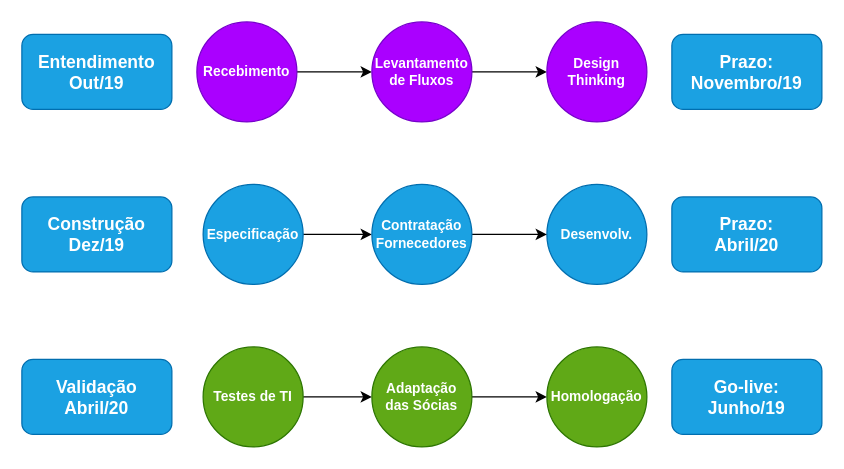
anlugifa/drawio keeps this draw.io diagram as Untitled Diagram.drawio. Above is the earlier version. Source tidied: cells renumbered, new cells numbered last; positions are measured from the earlier drawing's top-left corner, leaving out a move shared by most shapes. Both pictures are drawn from the tidied source at 125%, with x=0, y=0 at pixel (21, 21).
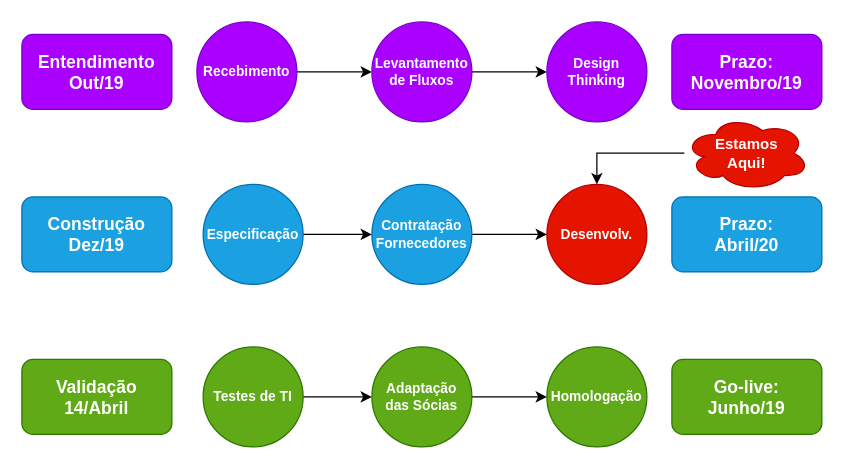
After the change.

The edit, as a diff of the source:
```diff
@@
-    <mxCell id="9" value="Desenvolv." style="ellipse;whiteSpace=wrap;html=1;fillColor=#1ba1e2;strokeColor=#006EAF;fontStyle=1;fontSize=11;fontColor=#ffffff;" parent="1" vertex="1">
+    <mxCell id="9" value="Desenvolv." style="ellipse;whiteSpace=wrap;html=1;fillColor=#e51400;strokeColor=#B20000;fontStyle=1;fontSize=11;fontColor=#ffffff;" parent="1" vertex="1">
       <mxGeometry x="420" y="130" width="80" height="80" as="geometry" />
     </mxCell>
@@
-    <mxCell id="17" value="Entendimento&lt;br style=&quot;font-size: 14px;&quot;&gt;Out/19" style="rounded=1;whiteSpace=wrap;html=1;fillColor=#1ba1e2;strokeColor=#006EAF;fontColor=#ffffff;fontStyle=1;fontSize=14;" parent="1" vertex="1">
+    <mxCell id="17" value="Entendimento&lt;br style=&quot;font-size: 14px;&quot;&gt;Out/19" style="rounded=1;whiteSpace=wrap;html=1;fillColor=#aa00ff;strokeColor=#7700CC;fontColor=#ffffff;fontStyle=1;fontSize=14;" parent="1" vertex="1">
       <mxGeometry y="10" width="120" height="60" as="geometry" />
     </mxCell>
@@
-    <mxCell id="19" value="Validação&lt;br style=&quot;font-size: 14px;&quot;&gt;Abril/20" style="rounded=1;whiteSpace=wrap;html=1;fillColor=#1ba1e2;strokeColor=#006EAF;fontColor=#ffffff;fontStyle=1;fontSize=14;" parent="1" vertex="1">
+    <mxCell id="19" value="Validação&lt;br style=&quot;font-size: 14px&quot;&gt;14/Abril" style="rounded=1;whiteSpace=wrap;html=1;fillColor=#60a917;strokeColor=#2D7600;fontColor=#ffffff;fontStyle=1;fontSize=14;" parent="1" vertex="1">
       <mxGeometry y="270" width="120" height="60" as="geometry" />
     </mxCell>
-    <mxCell id="20" value="Prazo:&lt;br style=&quot;font-size: 14px;&quot;&gt;Novembro/19" style="rounded=1;whiteSpace=wrap;html=1;fillColor=#1ba1e2;strokeColor=#006EAF;fontColor=#ffffff;fontStyle=1;fontSize=14;" parent="1" vertex="1">
+    <mxCell id="20" value="Prazo:&lt;br style=&quot;font-size: 14px;&quot;&gt;Novembro/19" style="rounded=1;whiteSpace=wrap;html=1;fillColor=#aa00ff;strokeColor=#7700CC;fontColor=#ffffff;fontStyle=1;fontSize=14;" parent="1" vertex="1">
       <mxGeometry x="520" y="10" width="120" height="60" as="geometry" />
     </mxCell>
@@
-    <mxCell id="22" value="Go-live:&lt;br style=&quot;font-size: 14px;&quot;&gt;Junho/19" style="rounded=1;whiteSpace=wrap;html=1;fillColor=#1ba1e2;strokeColor=#006EAF;fontColor=#ffffff;fontStyle=1;fontSize=14;" parent="1" vertex="1">
+    <mxCell id="22" value="Go-live:&lt;br style=&quot;font-size: 14px;&quot;&gt;Junho/19" style="rounded=1;whiteSpace=wrap;html=1;fillColor=#60a917;strokeColor=#2D7600;fontColor=#ffffff;fontStyle=1;fontSize=14;" parent="1" vertex="1">
       <mxGeometry x="520" y="270" width="120" height="60" as="geometry" />
     </mxCell>
+    <mxCell id="23" style="edgeStyle=orthogonalEdgeStyle;rounded=0;jettySize=auto;html=1;entryX=0.5;entryY=0;entryDx=0;entryDy=0;fontSize=11;" parent="1" edge="1" source="24" target="9">
+      <mxGeometry relative="1" as="geometry" />
+    </mxCell>
+    <mxCell id="24" value="Estamos&lt;br style=&quot;font-size: 12px;&quot;&gt;Aqui!" style="ellipse;shape=cloud;whiteSpace=wrap;html=1;fontSize=12;fillColor=#e51400;strokeColor=#B20000;fontColor=#ffffff;fontStyle=1;" parent="1" vertex="1">
+      <mxGeometry x="530" y="75" width="100" height="60" as="geometry" />
+    </mxCell>
```
